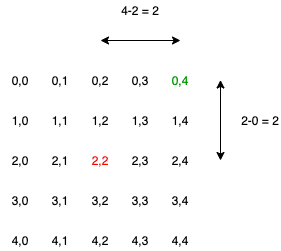
Above: HackEyeDiagram.png in seal-7/Editorials (draw.io), before the change. Source tidied: cells renumbered, new cells last; positions are measured from the earlier drawing's top-left corner, leaving out a move shared by most shapes. Its diagram source:
```xml
<mxGraphModel>
  <root>
    <mxCell id="0" />
    <mxCell id="1" parent="0" />
    <mxCell id="2" value="0,0" style="text;html=1;strokeColor=none;fillColor=none;align=center;verticalAlign=middle;whiteSpace=wrap;rounded=0;" parent="1" vertex="1">
      <mxGeometry y="70" width="40" height="20" as="geometry" />
    </mxCell>
    <mxCell id="3" value="0,1" style="text;html=1;strokeColor=none;fillColor=none;align=center;verticalAlign=middle;whiteSpace=wrap;rounded=0;" parent="1" vertex="1">
      <mxGeometry x="40" y="70" width="40" height="20" as="geometry" />
    </mxCell>
    <mxCell id="4" value="0,2" style="text;html=1;strokeColor=none;fillColor=none;align=center;verticalAlign=middle;whiteSpace=wrap;rounded=0;" parent="1" vertex="1">
      <mxGeometry x="80" y="70" width="40" height="20" as="geometry" />
    </mxCell>
    <mxCell id="5" value="0,3" style="text;html=1;strokeColor=none;fillColor=none;align=center;verticalAlign=middle;whiteSpace=wrap;rounded=0;" parent="1" vertex="1">
      <mxGeometry x="120" y="70" width="40" height="20" as="geometry" />
    </mxCell>
    <mxCell id="6" value="&lt;font color=&quot;#009900&quot;&gt;0,4&lt;/font&gt;" style="text;html=1;strokeColor=none;fillColor=none;align=center;verticalAlign=middle;whiteSpace=wrap;rounded=0;" parent="1" vertex="1">
      <mxGeometry x="160" y="70" width="40" height="20" as="geometry" />
    </mxCell>
    <mxCell id="7" value="1,0" style="text;html=1;strokeColor=none;fillColor=none;align=center;verticalAlign=middle;whiteSpace=wrap;rounded=0;" parent="1" vertex="1">
      <mxGeometry y="110" width="40" height="20" as="geometry" />
    </mxCell>
    <mxCell id="8" value="1,1" style="text;html=1;strokeColor=none;fillColor=none;align=center;verticalAlign=middle;whiteSpace=wrap;rounded=0;" parent="1" vertex="1">
      <mxGeometry x="40" y="110" width="40" height="20" as="geometry" />
    </mxCell>
    <mxCell id="9" value="1,2" style="text;html=1;strokeColor=none;fillColor=none;align=center;verticalAlign=middle;whiteSpace=wrap;rounded=0;" parent="1" vertex="1">
      <mxGeometry x="80" y="110" width="40" height="20" as="geometry" />
    </mxCell>
    <mxCell id="10" value="1,3" style="text;html=1;strokeColor=none;fillColor=none;align=center;verticalAlign=middle;whiteSpace=wrap;rounded=0;" parent="1" vertex="1">
      <mxGeometry x="120" y="110" width="40" height="20" as="geometry" />
    </mxCell>
    <mxCell id="11" value="1,4" style="text;html=1;strokeColor=none;fillColor=none;align=center;verticalAlign=middle;whiteSpace=wrap;rounded=0;" parent="1" vertex="1">
      <mxGeometry x="160" y="110" width="40" height="20" as="geometry" />
    </mxCell>
    <mxCell id="12" value="2,0" style="text;html=1;strokeColor=none;fillColor=none;align=center;verticalAlign=middle;whiteSpace=wrap;rounded=0;" parent="1" vertex="1">
      <mxGeometry y="150" width="40" height="20" as="geometry" />
    </mxCell>
    <mxCell id="13" value="2,1" style="text;html=1;strokeColor=none;fillColor=none;align=center;verticalAlign=middle;whiteSpace=wrap;rounded=0;" parent="1" vertex="1">
      <mxGeometry x="40" y="150" width="40" height="20" as="geometry" />
    </mxCell>
    <mxCell id="14" value="&lt;font color=&quot;#ff0000&quot;&gt;2,2&lt;/font&gt;" style="text;html=1;strokeColor=none;fillColor=none;align=center;verticalAlign=middle;whiteSpace=wrap;rounded=0;" parent="1" vertex="1">
      <mxGeometry x="80" y="150" width="40" height="20" as="geometry" />
    </mxCell>
    <mxCell id="15" value="2,3" style="text;html=1;strokeColor=none;fillColor=none;align=center;verticalAlign=middle;whiteSpace=wrap;rounded=0;" parent="1" vertex="1">
      <mxGeometry x="120" y="150" width="40" height="20" as="geometry" />
    </mxCell>
    <mxCell id="16" value="2,4" style="text;html=1;strokeColor=none;fillColor=none;align=center;verticalAlign=middle;whiteSpace=wrap;rounded=0;" parent="1" vertex="1">
      <mxGeometry x="160" y="150" width="40" height="20" as="geometry" />
    </mxCell>
    <mxCell id="17" value="3,0" style="text;html=1;strokeColor=none;fillColor=none;align=center;verticalAlign=middle;whiteSpace=wrap;rounded=0;" parent="1" vertex="1">
      <mxGeometry y="190" width="40" height="20" as="geometry" />
    </mxCell>
    <mxCell id="18" value="3,1" style="text;html=1;strokeColor=none;fillColor=none;align=center;verticalAlign=middle;whiteSpace=wrap;rounded=0;" parent="1" vertex="1">
      <mxGeometry x="40" y="190" width="40" height="20" as="geometry" />
    </mxCell>
    <mxCell id="19" value="3,2" style="text;html=1;strokeColor=none;fillColor=none;align=center;verticalAlign=middle;whiteSpace=wrap;rounded=0;" parent="1" vertex="1">
      <mxGeometry x="80" y="190" width="40" height="20" as="geometry" />
    </mxCell>
    <mxCell id="20" value="3,3" style="text;html=1;strokeColor=none;fillColor=none;align=center;verticalAlign=middle;whiteSpace=wrap;rounded=0;" parent="1" vertex="1">
      <mxGeometry x="120" y="190" width="40" height="20" as="geometry" />
    </mxCell>
    <mxCell id="21" value="3,4" style="text;html=1;strokeColor=none;fillColor=none;align=center;verticalAlign=middle;whiteSpace=wrap;rounded=0;" parent="1" vertex="1">
      <mxGeometry x="160" y="190" width="40" height="20" as="geometry" />
    </mxCell>
    <mxCell id="22" value="4,0" style="text;html=1;strokeColor=none;fillColor=none;align=center;verticalAlign=middle;whiteSpace=wrap;rounded=0;" parent="1" vertex="1">
      <mxGeometry y="230" width="40" height="20" as="geometry" />
    </mxCell>
    <mxCell id="23" value="4,1" style="text;html=1;strokeColor=none;fillColor=none;align=center;verticalAlign=middle;whiteSpace=wrap;rounded=0;" parent="1" vertex="1">
      <mxGeometry x="40" y="230" width="40" height="20" as="geometry" />
    </mxCell>
    <mxCell id="24" value="4,2" style="text;html=1;strokeColor=none;fillColor=none;align=center;verticalAlign=middle;whiteSpace=wrap;rounded=0;" parent="1" vertex="1">
      <mxGeometry x="80" y="230" width="40" height="20" as="geometry" />
    </mxCell>
    <mxCell id="25" value="4,3" style="text;html=1;strokeColor=none;fillColor=none;align=center;verticalAlign=middle;whiteSpace=wrap;rounded=0;" parent="1" vertex="1">
      <mxGeometry x="120" y="230" width="40" height="20" as="geometry" />
    </mxCell>
    <mxCell id="26" value="4,4" style="text;html=1;strokeColor=none;fillColor=none;align=center;verticalAlign=middle;whiteSpace=wrap;rounded=0;" parent="1" vertex="1">
      <mxGeometry x="160" y="230" width="40" height="20" as="geometry" />
    </mxCell>
    <mxCell id="27" style="endArrow=classic;startArrow=classic;html=1;" parent="1" edge="1">
      <mxGeometry relative="1" as="geometry">
        <mxPoint x="100" y="40" as="sourcePoint" />
        <mxPoint x="180" y="40" as="targetPoint" />
      </mxGeometry>
    </mxCell>
    <mxCell id="28" style="endArrow=classic;startArrow=classic;html=1;" parent="1" edge="1">
      <mxGeometry relative="1" as="geometry">
        <mxPoint x="220" y="79.5" as="sourcePoint" />
        <mxPoint x="220" y="160" as="targetPoint" />
      </mxGeometry>
    </mxCell>
    <mxCell id="29" value="4-2 = 2" style="text;html=1;strokeColor=none;fillColor=none;align=center;verticalAlign=middle;whiteSpace=wrap;rounded=0;" parent="1" vertex="1">
      <mxGeometry x="115" width="50" height="20" as="geometry" />
    </mxCell>
    <mxCell id="30" value="2-0 = 2" style="text;html=1;strokeColor=none;fillColor=none;align=center;verticalAlign=middle;whiteSpace=wrap;rounded=0;" parent="1" vertex="1">
      <mxGeometry x="240" y="110" width="40" height="20" as="geometry" />
    </mxCell>
  </root>
</mxGraphModel>
```
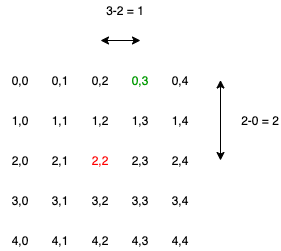
The same file after the commit.

Diff of the diagram source:
```diff
@@ -11,10 +11,10 @@
     <mxCell id="4" value="0,2" style="text;html=1;strokeColor=none;fillColor=none;align=center;verticalAlign=middle;whiteSpace=wrap;rounded=0;" parent="1" vertex="1">
       <mxGeometry x="80" y="70" width="40" height="20" as="geometry" />
     </mxCell>
-    <mxCell id="5" value="0,3" style="text;html=1;strokeColor=none;fillColor=none;align=center;verticalAlign=middle;whiteSpace=wrap;rounded=0;" parent="1" vertex="1">
+    <mxCell id="5" value="&lt;font color=&quot;#009900&quot;&gt;0,3&lt;/font&gt;" style="text;html=1;strokeColor=none;fillColor=none;align=center;verticalAlign=middle;whiteSpace=wrap;rounded=0;" parent="1" vertex="1">
       <mxGeometry x="120" y="70" width="40" height="20" as="geometry" />
     </mxCell>
-    <mxCell id="6" value="&lt;font color=&quot;#009900&quot;&gt;0,4&lt;/font&gt;" style="text;html=1;strokeColor=none;fillColor=none;align=center;verticalAlign=middle;whiteSpace=wrap;rounded=0;" parent="1" vertex="1">
+    <mxCell id="6" value="0,4" style="text;html=1;strokeColor=none;fillColor=none;align=center;verticalAlign=middle;whiteSpace=wrap;rounded=0;" parent="1" vertex="1">
       <mxGeometry x="160" y="70" width="40" height="20" as="geometry" />
     </mxCell>
     <mxCell id="7" value="1,0" style="text;html=1;strokeColor=none;fillColor=none;align=center;verticalAlign=middle;whiteSpace=wrap;rounded=0;" parent="1" vertex="1">
@@ -80,7 +80,7 @@
     <mxCell id="27" style="endArrow=classic;startArrow=classic;html=1;" parent="1" edge="1">
       <mxGeometry relative="1" as="geometry">
         <mxPoint x="100" y="40" as="sourcePoint" />
-        <mxPoint x="180" y="40" as="targetPoint" />
+        <mxPoint x="140" y="40" as="targetPoint" />
       </mxGeometry>
     </mxCell>
     <mxCell id="28" style="endArrow=classic;startArrow=classic;html=1;" parent="1" edge="1">
@@ -89,8 +89,8 @@
         <mxPoint x="220" y="160" as="targetPoint" />
       </mxGeometry>
     </mxCell>
-    <mxCell id="29" value="4-2 = 2" style="text;html=1;strokeColor=none;fillColor=none;align=center;verticalAlign=middle;whiteSpace=wrap;rounded=0;" parent="1" vertex="1">
-      <mxGeometry x="115" width="50" height="20" as="geometry" />
+    <mxCell id="29" value="3-2 = 1" style="text;html=1;strokeColor=none;fillColor=none;align=center;verticalAlign=middle;whiteSpace=wrap;rounded=0;" parent="1" vertex="1">
+      <mxGeometry x="100" width="50" height="20" as="geometry" />
     </mxCell>
     <mxCell id="30" value="2-0 = 2" style="text;html=1;strokeColor=none;fillColor=none;align=center;verticalAlign=middle;whiteSpace=wrap;rounded=0;" parent="1" vertex="1">
       <mxGeometry x="240" y="110" width="40" height="20" as="geometry" />
```
